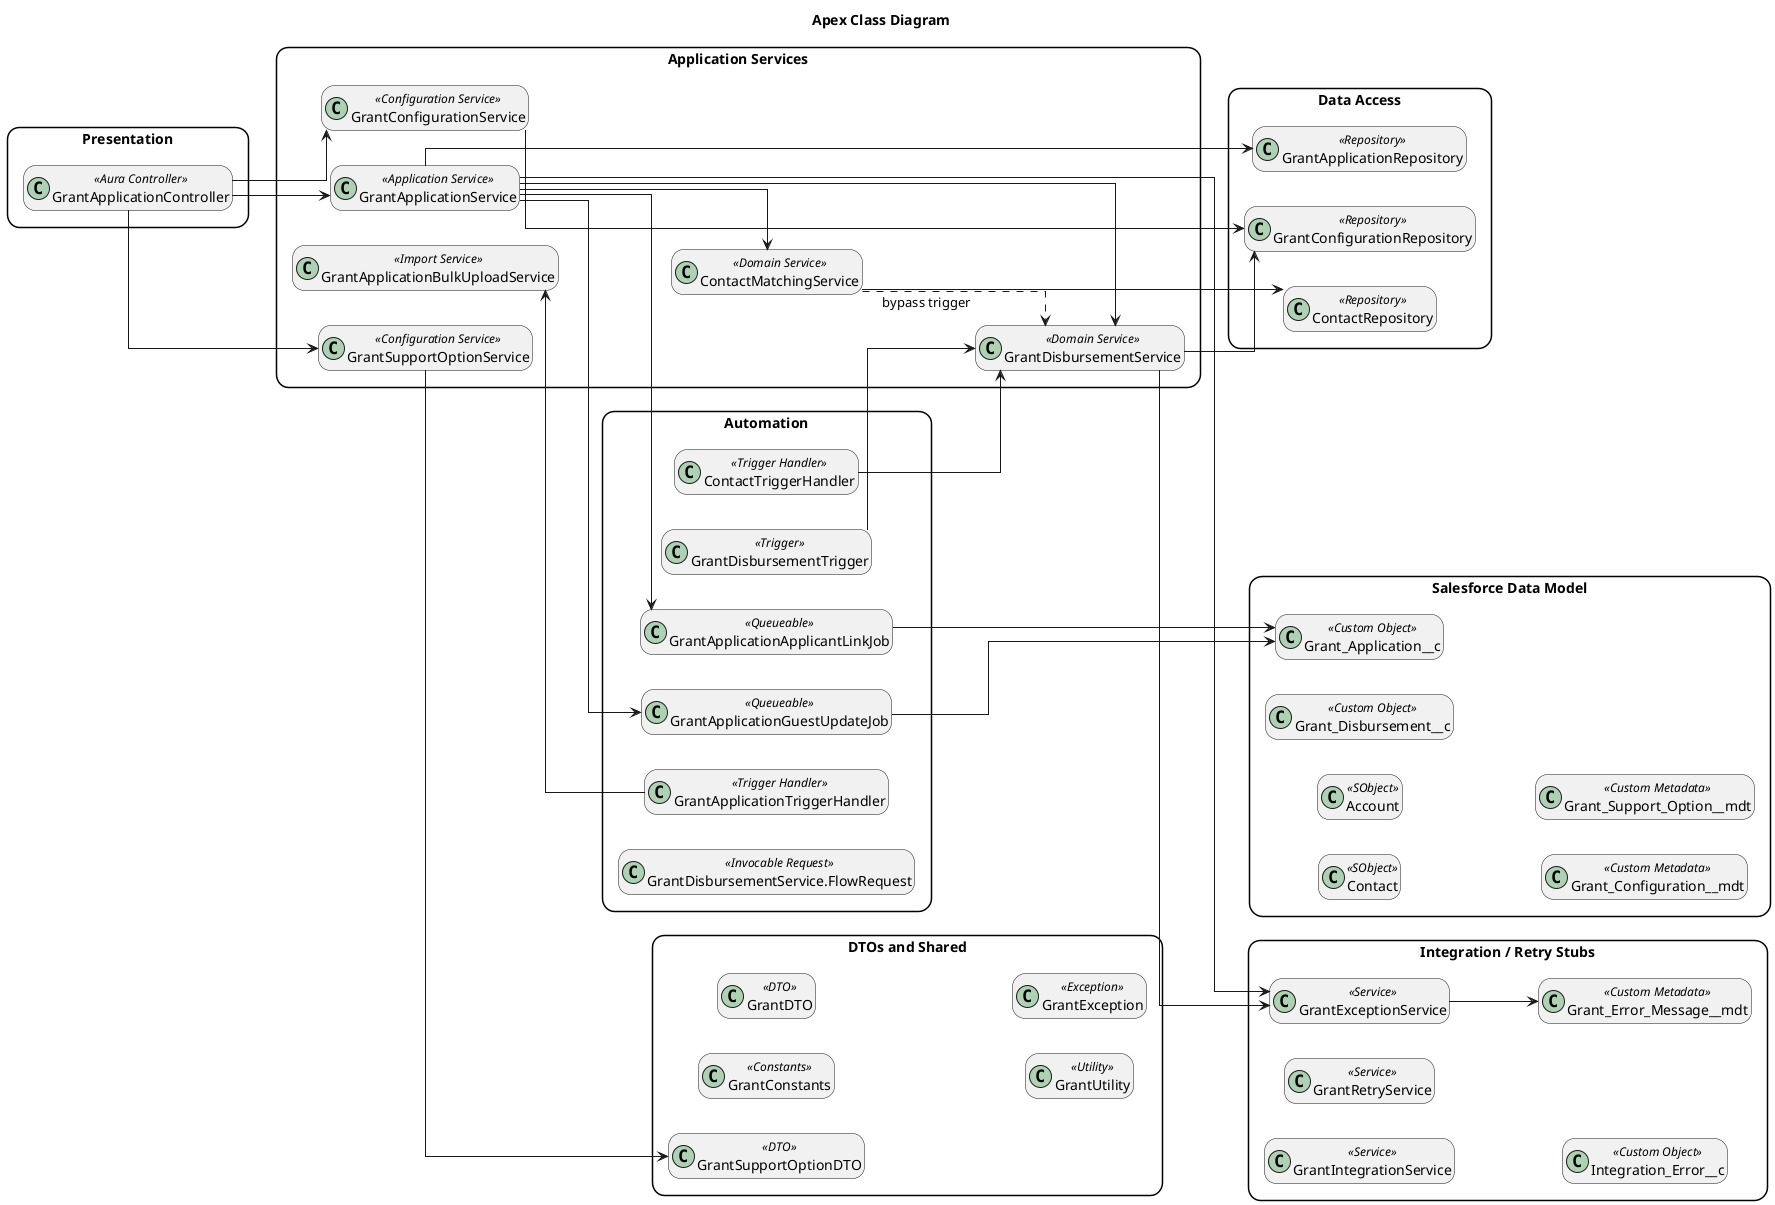
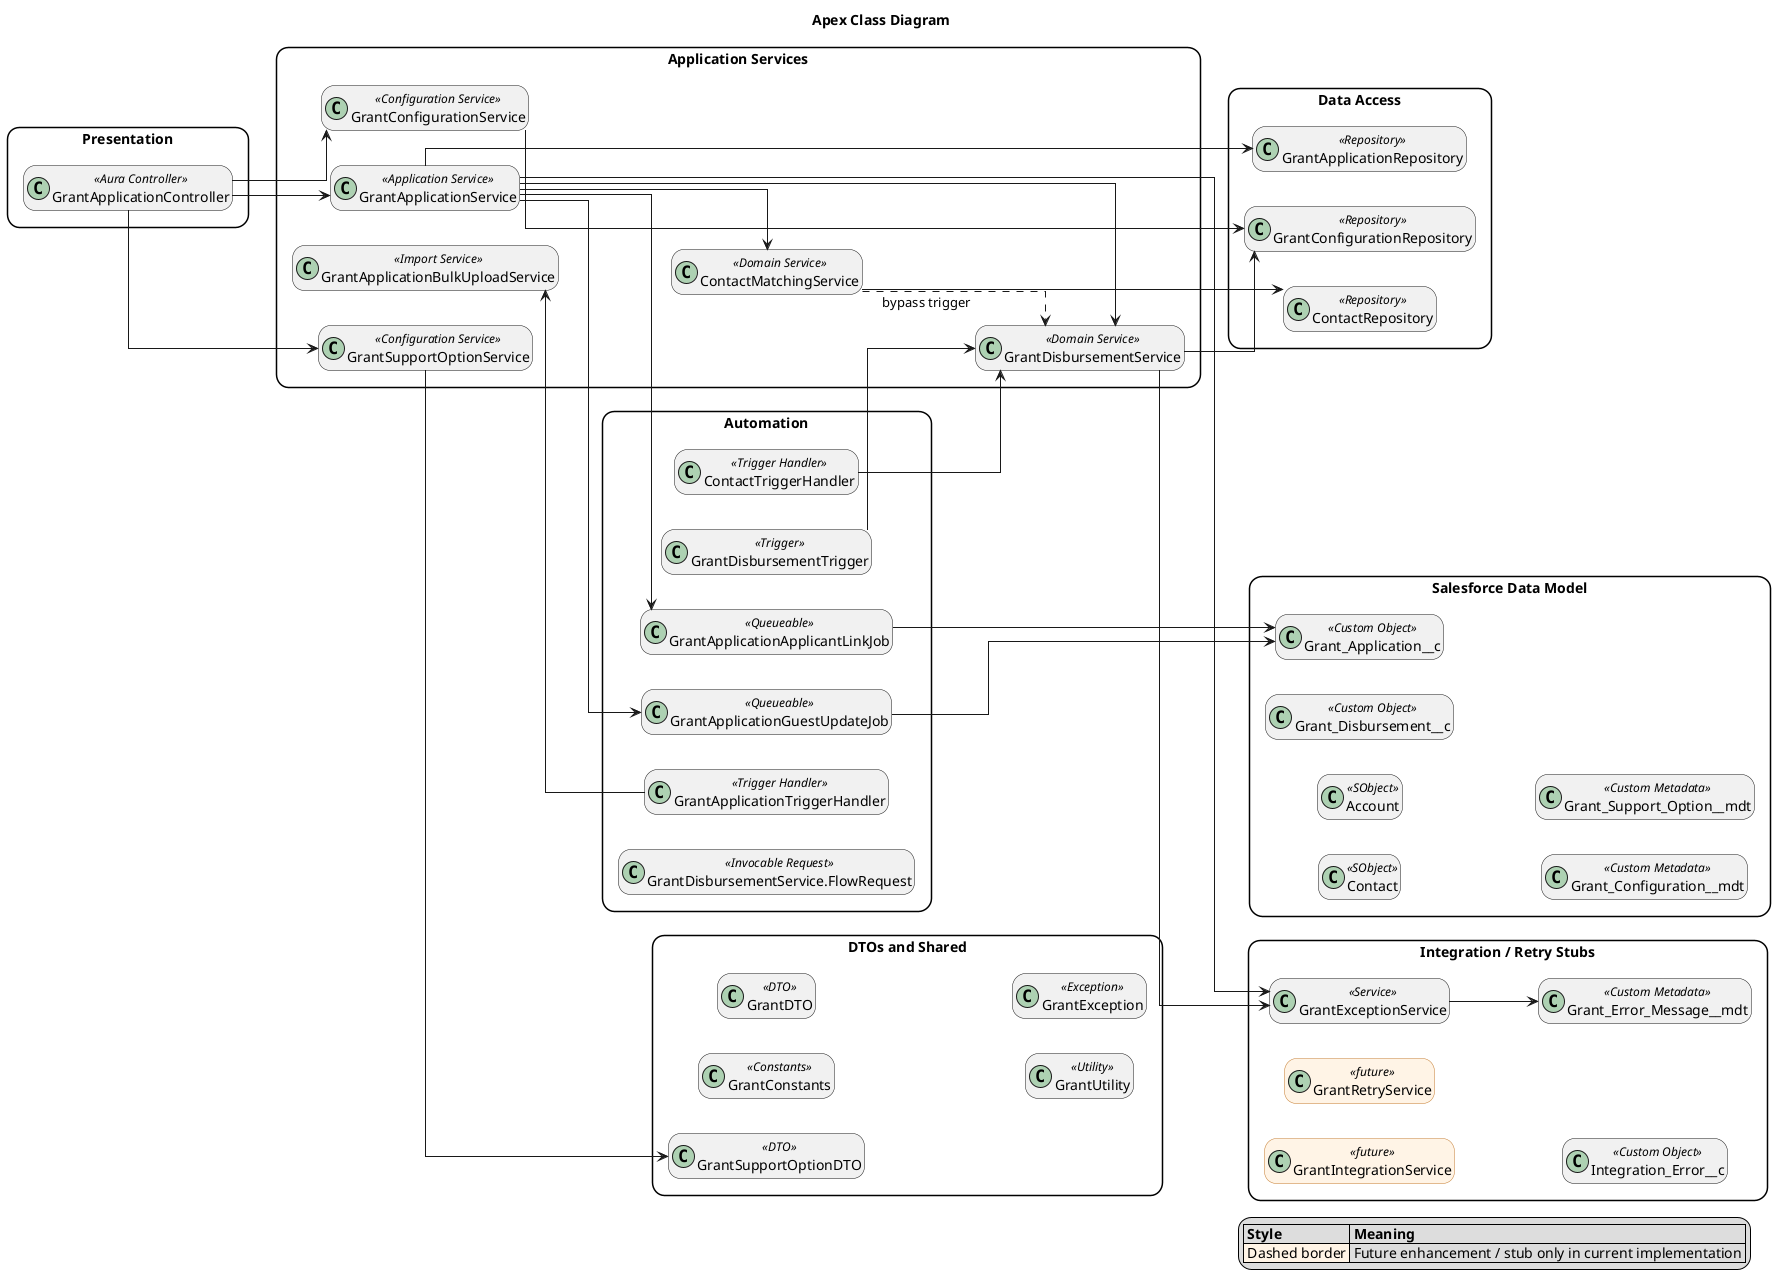
@startuml

title Apex Class Diagram

left to right direction
skinparam linetype ortho
skinparam RoundCorner 25
skinparam packageStyle rectangle
skinparam classAttributeIconSize 0
skinparam shadowing false
+ skinparam class {
+     BackgroundColor<<future>> #FFF4E6
+     BorderColor<<future>> #C47F36
+     BorderStyle<<future>> dashed
+ }
hide empty members

package "Presentation" {
    class GrantApplicationController <<Aura Controller>>
}

package "Application Services" {
    class GrantApplicationService <<Application Service>>
    class ContactMatchingService <<Domain Service>>
    class GrantDisbursementService <<Domain Service>>
    class GrantConfigurationService <<Configuration Service>>
    class GrantSupportOptionService <<Configuration Service>>
    class GrantApplicationBulkUploadService <<Import Service>>
}

package "Data Access" {
    class ContactRepository <<Repository>>
    class GrantApplicationRepository <<Repository>>
    class GrantConfigurationRepository <<Repository>>
}

package "Automation" {
    class ContactTriggerHandler <<Trigger Handler>>
    class GrantApplicationTriggerHandler <<Trigger Handler>>
    class GrantDisbursementTrigger <<Trigger>>
    class GrantApplicationApplicantLinkJob <<Queueable>>
    class GrantApplicationGuestUpdateJob <<Queueable>>
    class "GrantDisbursementService.FlowRequest" as FlowRequest <<Invocable Request>>
}

package "DTOs and Shared" {
    class GrantDTO <<DTO>>
    class GrantSupportOptionDTO <<DTO>>
    class GrantConstants <<Constants>>
    class GrantUtility <<Utility>>
    class GrantException <<Exception>>
}

package "Integration / Retry Stubs" {
-     class GrantIntegrationService <<Service>>
-     class GrantRetryService <<Service>>
+     class GrantIntegrationService <<future>>
+     class GrantRetryService <<future>>
    class GrantExceptionService <<Service>>
    class Integration_Error__c <<Custom Object>>
    class Grant_Error_Message__mdt <<Custom Metadata>>
}

package "Salesforce Data Model" {
    class Contact <<SObject>>
    class Account <<SObject>>
    class Grant_Application__c <<Custom Object>>
    class Grant_Disbursement__c <<Custom Object>>
    class Grant_Configuration__mdt <<Custom Metadata>>
    class Grant_Support_Option__mdt <<Custom Metadata>>
}

GrantApplicationController --> GrantApplicationService
GrantApplicationController --> GrantConfigurationService
GrantApplicationController --> GrantSupportOptionService

GrantApplicationService --> ContactMatchingService
GrantApplicationService --> GrantApplicationRepository
GrantApplicationService --> GrantApplicationApplicantLinkJob
GrantApplicationService --> GrantApplicationGuestUpdateJob
GrantApplicationService --> GrantDisbursementService
GrantApplicationService --> GrantExceptionService

ContactMatchingService --> ContactRepository
ContactMatchingService ..> GrantDisbursementService : bypass trigger

GrantConfigurationService --> GrantConfigurationRepository
GrantSupportOptionService --> GrantSupportOptionDTO

ContactTriggerHandler --> GrantDisbursementService
GrantApplicationTriggerHandler --> GrantApplicationBulkUploadService
GrantDisbursementTrigger --> GrantDisbursementService
GrantDisbursementService --> GrantConfigurationRepository
GrantDisbursementService --> GrantExceptionService
GrantApplicationApplicantLinkJob --> Grant_Application__c
GrantApplicationGuestUpdateJob --> Grant_Application__c
GrantExceptionService --> Grant_Error_Message__mdt

+ legend right
+   |= Style |= Meaning |
+   |<#FFF4E6> Dashed border | Future enhancement / stub only in current implementation |
+ endlegend
+ 
@enduml
